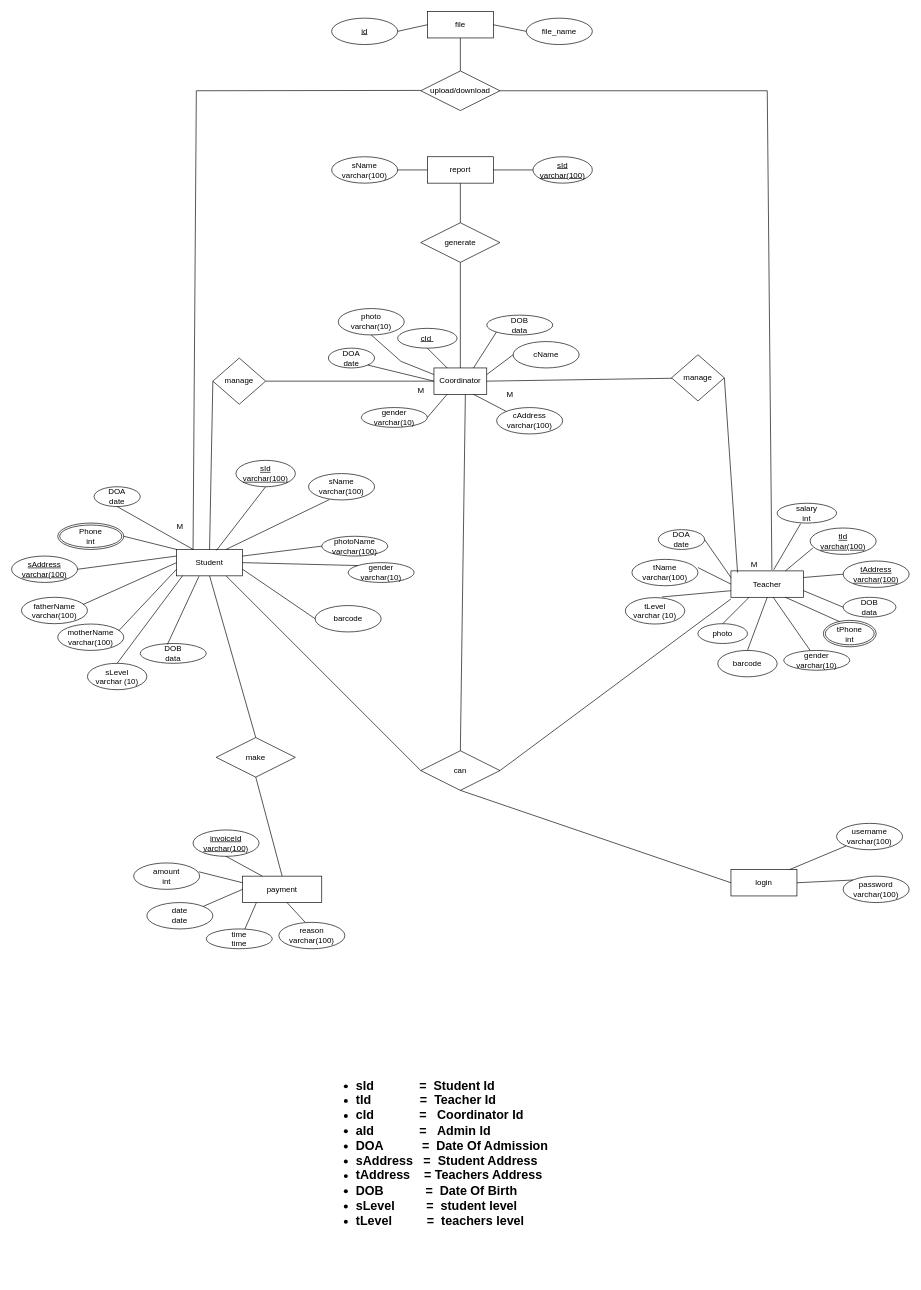
Dulara-Akalanka/Group-Software-Project keeps this draw.io diagram as ER-Diagram.drawio. Above is the earlier version. Source tidied: cells renumbered, new cells numbered last; positions are measured from the earlier drawing's top-left corner, leaving out a move shared by most shapes. Both pictures are drawn from the tidied source at 66%, with x=0, y=0 at pixel (11, 11).
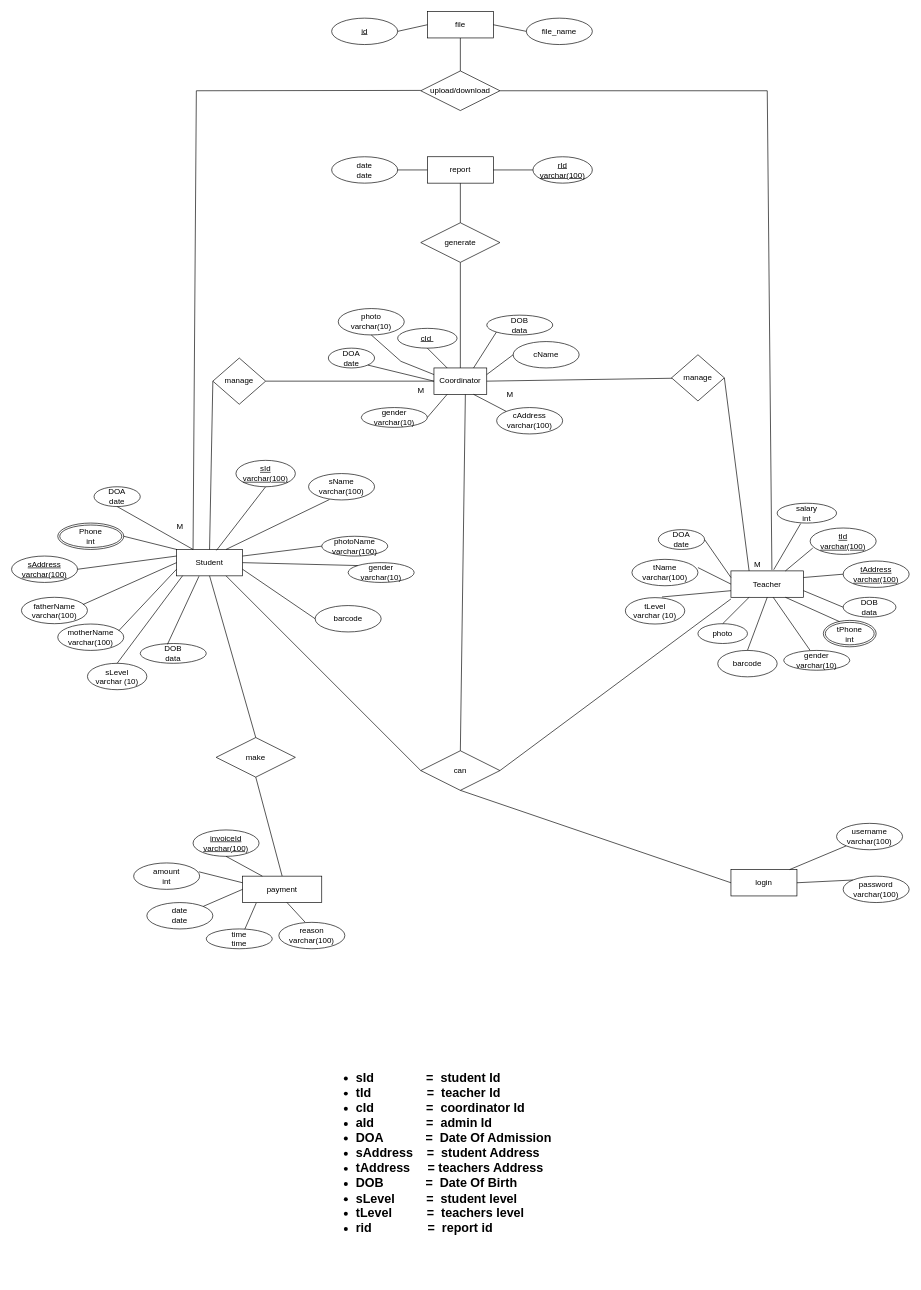
Above is the later version.

The change refers to these unchanged cells:
```xml
<mxCell id="3" value="Teacher" style="whiteSpace=wrap;html=1;align=center;" parent="1" vertex="1">
  <mxGeometry x="1090" y="847.5" width="110" height="40" as="geometry" />
</mxCell>
<mxCell id="37" value="manage" style="rhombus;whiteSpace=wrap;html=1;" parent="1" vertex="1">
  <mxGeometry x="1000" y="520" width="80" height="70" as="geometry" />
</mxCell>
```

Diff of the diagram source:
```diff
@@
-    <mxCell id="35" style="endArrow=none;html=1;rounded=0;exitX=0.091;exitY=0.063;exitDx=0;exitDy=0;entryX=1;entryY=0.5;entryDx=0;entryDy=0;exitPerimeter=0;" parent="1" edge="1" source="3" target="37">
+    <mxCell id="35" style="endArrow=none;html=1;rounded=0;exitX=0.25;exitY=0;exitDx=0;exitDy=0;entryX=1;entryY=0.5;entryDx=0;entryDy=0;" parent="1" edge="1" source="3" target="37">
       <mxGeometry relative="1" as="geometry" />
     </mxCell>
@@
     <mxCell id="39" value="M" style="text;html=1;align=center;verticalAlign=middle;strokeColor=none;fillColor=none;" parent="1" vertex="1">
-      <mxGeometry x="1110" y="822.5" width="30" height="30" as="geometry" />
+      <mxGeometry x="1115" y="822.5" width="30" height="30" as="geometry" />
     </mxCell>
@@
-    <mxCell id="53" value="&lt;blockquote style=&quot;margin: 0 0 0 40px; border: none; padding: 0px;&quot;&gt;&lt;div style=&quot;&quot;&gt;&lt;div style=&quot;font-size: 19px;&quot;&gt;&lt;ul&gt;&lt;li&gt;&lt;b&gt;&lt;span style=&quot;background-color: initial;&quot;&gt;sId&amp;nbsp; &amp;nbsp; &amp;nbsp; &amp;nbsp; &amp;nbsp; &amp;nbsp; &amp;nbsp;=&amp;nbsp;&amp;nbsp;&lt;/span&gt;&lt;span style=&quot;background-color: initial;&quot;&gt;Student Id&lt;/span&gt;&lt;/b&gt;&lt;/li&gt;&lt;li&gt;&lt;span style=&quot;background-color: initial;&quot;&gt;&lt;b&gt;tId&amp;nbsp; &amp;nbsp; &amp;nbsp; &amp;nbsp; &amp;nbsp; &amp;nbsp; &amp;nbsp; =&amp;nbsp; Teacher Id&amp;nbsp;&lt;/b&gt;&lt;/span&gt;&lt;/li&gt;&lt;li&gt;&lt;span style=&quot;background-color: initial;&quot;&gt;&lt;b&gt;cId&amp;nbsp; &amp;nbsp; &amp;nbsp; &amp;nbsp; &amp;nbsp; &amp;nbsp; &amp;nbsp;=&amp;nbsp; &amp;nbsp;Coordinator Id&amp;nbsp;&lt;/b&gt;&lt;/span&gt;&lt;/li&gt;&lt;li&gt;&lt;span style=&quot;background-color: initial;&quot;&gt;&lt;b&gt;aId&amp;nbsp; &amp;nbsp; &amp;nbsp; &amp;nbsp; &amp;nbsp; &amp;nbsp; &amp;nbsp;=&amp;nbsp; &amp;nbsp;&lt;b style=&quot;border-color: var(--border-color);&quot;&gt;Admin Id&lt;/b&gt;&amp;nbsp;&amp;nbsp; &amp;nbsp; &amp;nbsp; &amp;nbsp; &amp;nbsp;&amp;nbsp;&lt;/b&gt;&lt;/span&gt;&lt;/li&gt;&lt;li&gt;&lt;span style=&quot;background-color: initial;&quot;&gt;&lt;b&gt;DOA&amp;nbsp; &amp;nbsp; &amp;nbsp; &amp;nbsp; &amp;nbsp; &amp;nbsp;=&amp;nbsp; Date Of Admission&lt;/b&gt;&lt;/span&gt;&lt;/li&gt;&lt;li&gt;&lt;span style=&quot;background-color: initial;&quot;&gt;&lt;b&gt;sAddress&amp;nbsp; &amp;nbsp;=&amp;nbsp; Student Address&lt;/b&gt;&lt;/span&gt;&lt;/li&gt;&lt;li&gt;&lt;span style=&quot;background-color: initial;&quot;&gt;&lt;b&gt;tAddress&amp;nbsp; &amp;nbsp; = Teachers Address&lt;/b&gt;&lt;/span&gt;&lt;/li&gt;&lt;li&gt;&lt;span style=&quot;background-color: initial;&quot;&gt;&lt;b&gt;DOB&amp;nbsp; &amp;nbsp; &amp;nbsp; &amp;nbsp; &amp;nbsp; &amp;nbsp; =&amp;nbsp; Date Of Birth&lt;/b&gt;&lt;/span&gt;&lt;/li&gt;&lt;li&gt;&lt;span style=&quot;background-color: initial;&quot;&gt;&lt;b&gt;sLevel&amp;nbsp; &amp;nbsp; &amp;nbsp; &amp;nbsp; &amp;nbsp;=&amp;nbsp; student level&lt;/b&gt;&lt;/span&gt;&lt;/li&gt;&lt;li&gt;&lt;span style=&quot;background-color: initial;&quot;&gt;&lt;b&gt;tLevel&amp;nbsp; &amp;nbsp; &amp;nbsp; &amp;nbsp; &amp;nbsp; =&amp;nbsp; teachers level&lt;/b&gt;&lt;/span&gt;&lt;/li&gt;&lt;/ul&gt;&lt;/div&gt;&lt;/div&gt;&lt;/blockquote&gt;" style="text;html=1;strokeColor=none;fillColor=none;align=left;verticalAlign=middle;whiteSpace=wrap;rounded=0;" parent="1" vertex="1">
+    <mxCell id="53" value="&lt;blockquote style=&quot;margin: 0 0 0 40px; border: none; padding: 0px;&quot;&gt;&lt;div style=&quot;&quot;&gt;&lt;div style=&quot;font-size: 19px;&quot;&gt;&lt;ul&gt;&lt;li&gt;&lt;b&gt;&lt;span style=&quot;background-color: initial;&quot;&gt;sId&amp;nbsp; &amp;nbsp; &amp;nbsp; &amp;nbsp; &amp;nbsp; &amp;nbsp; &amp;nbsp; &amp;nbsp;=&amp;nbsp; s&lt;/span&gt;&lt;span style=&quot;background-color: initial;&quot;&gt;tudent Id&lt;/span&gt;&lt;/b&gt;&lt;/li&gt;&lt;li&gt;&lt;span style=&quot;background-color: initial;&quot;&gt;&lt;b&gt;tId&amp;nbsp; &amp;nbsp; &amp;nbsp; &amp;nbsp; &amp;nbsp; &amp;nbsp; &amp;nbsp; &amp;nbsp; =&amp;nbsp; teacher Id&amp;nbsp;&lt;/b&gt;&lt;/span&gt;&lt;/li&gt;&lt;li&gt;&lt;span style=&quot;background-color: initial;&quot;&gt;&lt;b&gt;cId&amp;nbsp; &amp;nbsp; &amp;nbsp; &amp;nbsp; &amp;nbsp; &amp;nbsp; &amp;nbsp; &amp;nbsp;=&amp;nbsp; coordinator Id&amp;nbsp;&lt;/b&gt;&lt;/span&gt;&lt;/li&gt;&lt;li&gt;&lt;span style=&quot;background-color: initial;&quot;&gt;&lt;b&gt;aId&amp;nbsp; &amp;nbsp; &amp;nbsp; &amp;nbsp; &amp;nbsp; &amp;nbsp; &amp;nbsp; &amp;nbsp;=&amp;nbsp; a&lt;b style=&quot;border-color: var(--border-color);&quot;&gt;dmin Id&lt;/b&gt;&amp;nbsp;&amp;nbsp; &amp;nbsp; &amp;nbsp; &amp;nbsp; &amp;nbsp;&amp;nbsp;&lt;/b&gt;&lt;/span&gt;&lt;/li&gt;&lt;li&gt;&lt;span style=&quot;background-color: initial;&quot;&gt;&lt;b&gt;DOA&amp;nbsp; &amp;nbsp; &amp;nbsp; &amp;nbsp; &amp;nbsp; &amp;nbsp; =&amp;nbsp; Date Of Admission&lt;/b&gt;&lt;/span&gt;&lt;/li&gt;&lt;li&gt;&lt;span style=&quot;background-color: initial;&quot;&gt;&lt;b&gt;sAddress&amp;nbsp; &amp;nbsp; =&amp;nbsp; student Address&lt;/b&gt;&lt;/span&gt;&lt;/li&gt;&lt;li&gt;&lt;span style=&quot;background-color: initial;&quot;&gt;&lt;b&gt;tAddress&amp;nbsp; &amp;nbsp; &amp;nbsp;= teachers Address&lt;/b&gt;&lt;/span&gt;&lt;/li&gt;&lt;li&gt;&lt;span style=&quot;background-color: initial;&quot;&gt;&lt;b&gt;DOB&amp;nbsp; &amp;nbsp; &amp;nbsp; &amp;nbsp; &amp;nbsp; &amp;nbsp; =&amp;nbsp; Date Of Birth&lt;/b&gt;&lt;/span&gt;&lt;/li&gt;&lt;li&gt;&lt;span style=&quot;background-color: initial;&quot;&gt;&lt;b&gt;sLevel&amp;nbsp; &amp;nbsp; &amp;nbsp; &amp;nbsp; &amp;nbsp;=&amp;nbsp; student level&lt;/b&gt;&lt;/span&gt;&lt;/li&gt;&lt;li&gt;&lt;span style=&quot;background-color: initial;&quot;&gt;&lt;b&gt;tLevel&amp;nbsp; &amp;nbsp; &amp;nbsp; &amp;nbsp; &amp;nbsp; =&amp;nbsp; teachers level&lt;/b&gt;&lt;/span&gt;&lt;/li&gt;&lt;li&gt;&lt;span style=&quot;background-color: initial;&quot;&gt;&lt;b&gt;rid&amp;nbsp; &amp;nbsp; &amp;nbsp; &amp;nbsp; &amp;nbsp; &amp;nbsp; &amp;nbsp; &amp;nbsp; =&amp;nbsp; report id&lt;/b&gt;&lt;/span&gt;&lt;/li&gt;&lt;/ul&gt;&lt;/div&gt;&lt;/div&gt;&lt;/blockquote&gt;" style="text;html=1;strokeColor=none;fillColor=none;align=left;verticalAlign=middle;whiteSpace=wrap;rounded=0;" parent="1" vertex="1">
       <mxGeometry x="440" y="1540" width="510" height="380" as="geometry" />
     </mxCell>
@@
-    <mxCell id="111" value="sName&lt;br&gt;varchar(100)" style="ellipse;whiteSpace=wrap;html=1;align=center;" parent="1" vertex="1">
+    <mxCell id="111" value="date&lt;br&gt;date" style="ellipse;whiteSpace=wrap;html=1;align=center;" parent="1" vertex="1">
       <mxGeometry x="485" y="220" width="100" height="40" as="geometry" />
     </mxCell>
@@
-    <mxCell id="113" value="sId&lt;br&gt;varchar(100)" style="ellipse;whiteSpace=wrap;html=1;align=center;fontStyle=4;" parent="1" vertex="1">
+    <mxCell id="113" value="rId&lt;br&gt;varchar(100)" style="ellipse;whiteSpace=wrap;html=1;align=center;fontStyle=4;" parent="1" vertex="1">
       <mxGeometry x="790" y="220" width="90" height="40" as="geometry" />
     </mxCell>
```
